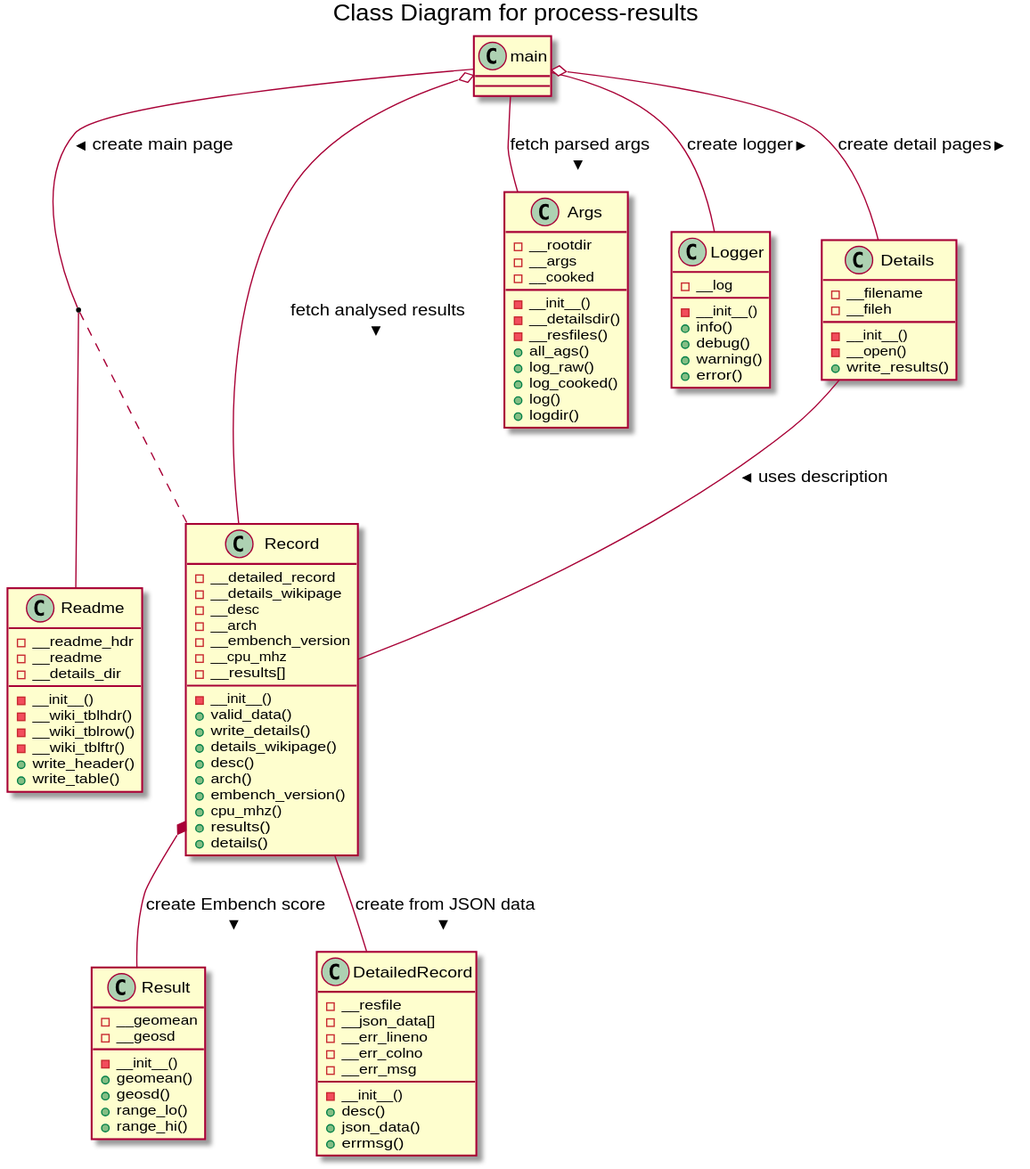
Above: design/class-diagram.svg in jeremybennett/embench-iot-results (PlantUML), before the change. Source of this version:
```plantuml
@startuml

title Class Diagram for process-results

class Args {
  -__rootdir
  -__args
  -__cooked
  -__init__()
  -__detailsdir()
  -__resfiles()
  +all_ags()
  +log_raw()
  +log_cooked()
  +log()
  +logdir()
}

class Result {
  -__geomean
  -__geosd
  -__init__()
  +geomean()
  +geosd()
  +range_lo()
  +range_hi()
}

class DetailedRecord {
  -__resfile
  -__json_data[]
  -__err_lineno
  -__err_colno
  -__err_msg
  -__init__()
  +desc()
  +json_data()
  +errmsg()
}

class Record {
  -__detailed_record
  -__details_wikipage
  -__desc
  -__arch
  -__embench_version
  -__cpu_mhz
  -__results[]
  -__init__()
  +valid_data()
  +write_details()
  +details_wikipage()
  +desc()
  +arch()
  +embench_version()
  +cpu_mhz()
  +results()
  +details()
}

class Logger {
  -__log
  -__init__()
  +info()
  +debug()
  +warning()
  +error()
}

class Readme {
  -__readme_hdr
  -__readme
  -__details_dir
  -__init__()
  -__wiki_tblhdr()
  -__wiki_tblrow()
  -__wiki_tblftr()
  +write_header()
  +write_table()
}

class Details {
  -__filename
  -__fileh
  -__init__()
  -__open()
  +write_results()
}

class main

main -- Args : fetch parsed args >
main -- Logger : create logger >
main o-- Record : fetch analysed results >
main o-- Details : create detail pages >
main -- Readme : create main page >
(main, Readme) .. Record

Details -- Record : uses description >

Record -- DetailedRecord : create from JSON data >
Record *-- Result : create Embench score >

@enduml
```
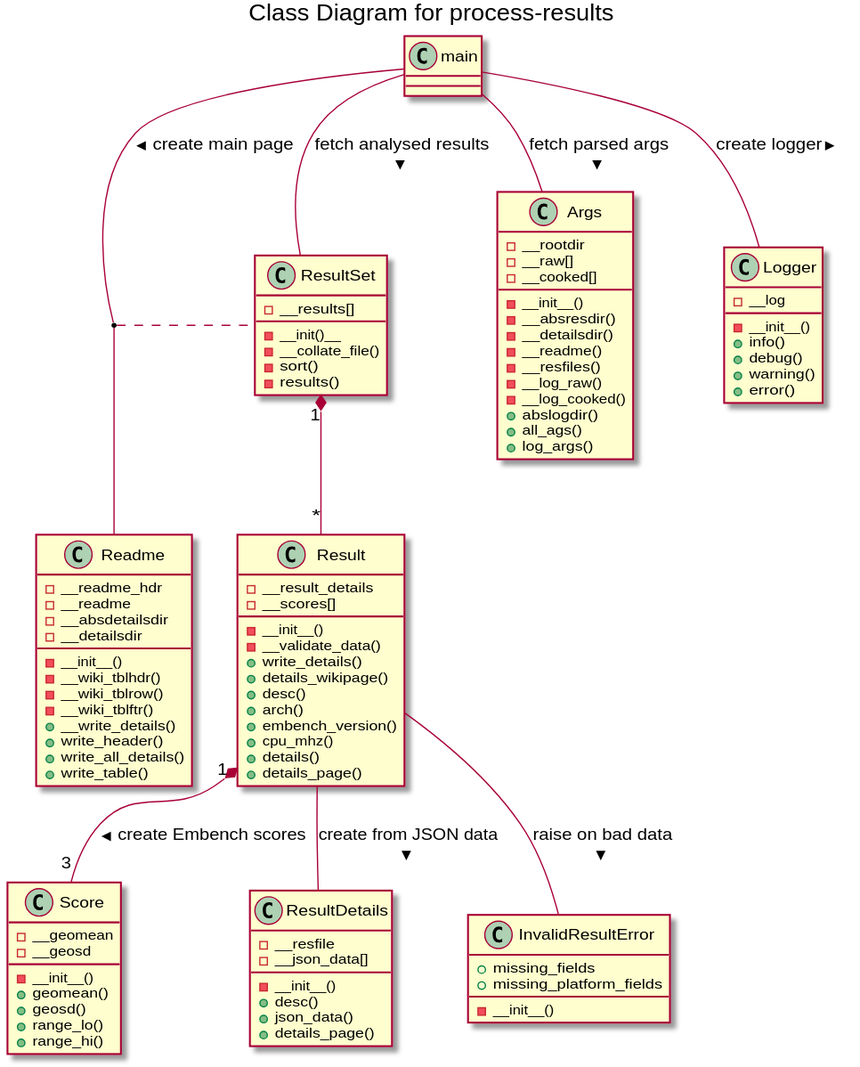
The same diagram one commit later.

Diff of the diagram source:
```diff
@@ -4,19 +4,21 @@
 
 class Args {
   -__rootdir
-  -__args
-  -__cooked
+  -__raw[]
+  -__cooked[]
   -__init__()
+  -__absresdir()
   -__detailsdir()
+  -__readme()
   -__resfiles()
+  -__log_raw()
+  -__log_cooked()
+  +abslogdir()
   +all_ags()
-  +log_raw()
-  +log_cooked()
-  +log()
-  +logdir()
+  +log_args()
 }
 
-class Result {
+class Score {
   -__geomean
   -__geosd
   -__init__()
@@ -26,36 +28,42 @@
   +range_hi()
 }
 
-class DetailedRecord {
+class ResultDetails {
   -__resfile
   -__json_data[]
-  -__err_lineno
-  -__err_colno
-  -__err_msg
   -__init__()
   +desc()
   +json_data()
-  +errmsg()
+  +details_page()
 }
 
-class Record {
-  -__detailed_record
-  -__details_wikipage
-  -__desc
-  -__arch
-  -__embench_version
-  -__cpu_mhz
-  -__results[]
+class InvalidResultError {
+  +missing_fields
+  +missing_platform_fields
   -__init__()
-  +valid_data()
+}
+
+class Result {
+  -__result_details
+  -__scores[]
+  -__init__()
+  -__validate_data()
   +write_details()
   +details_wikipage()
   +desc()
   +arch()
   +embench_version()
   +cpu_mhz()
-  +results()
   +details()
+  +details_page()
+}
+
+class ResultSet {
+  -__results[]
+  -__init()__
+  -__collate_file()
+  -sort()
+  -results()
 }
 
 class Logger {
@@ -70,35 +78,29 @@
 class Readme {
   -__readme_hdr
   -__readme
-  -__details_dir
+  -__absdetailsdir
+  -__detailsdir
   -__init__()
   -__wiki_tblhdr()
   -__wiki_tblrow()
   -__wiki_tblftr()
+  +__write_details()
   +write_header()
+  +write_all_details()
   +write_table()
-}
-
-class Details {
-  -__filename
-  -__fileh
-  -__init__()
-  -__open()
-  +write_results()
 }
 
 class main
 
 main -- Args : fetch parsed args >
 main -- Logger : create logger >
-main o-- Record : fetch analysed results >
-main o-- Details : create detail pages >
+main -- ResultSet : fetch analysed results >
 main -- Readme : create main page >
-(main, Readme) .. Record
+(main, Readme) .. ResultSet
 
-Details -- Record : uses description >
-
-Record -- DetailedRecord : create from JSON data >
-Record *-- Result : create Embench score >
+ResultSet "1" *-- "*" Result
+Result -- InvalidResultError : raise on bad data >
+Result -- ResultDetails : create from JSON data >
+Result "1" *-- "3" Score : create Embench scores >
 
 @enduml
```
